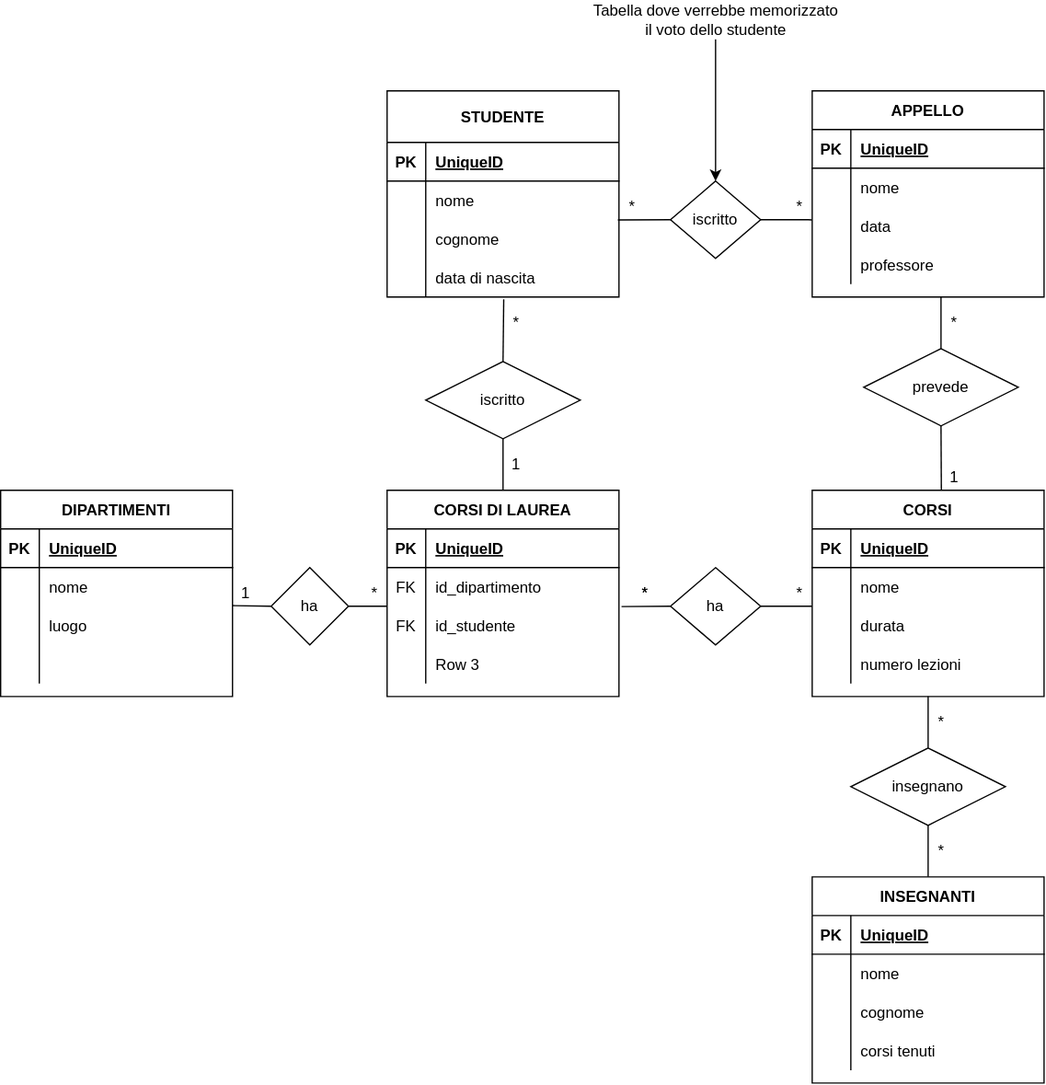
Earlier version of the draw.io export Db-University.svg (Jomm95/db-university). Source tidied: cells renumbered, new cells last; positions are measured from the earlier drawing's top-left corner, leaving out a move shared by most shapes.
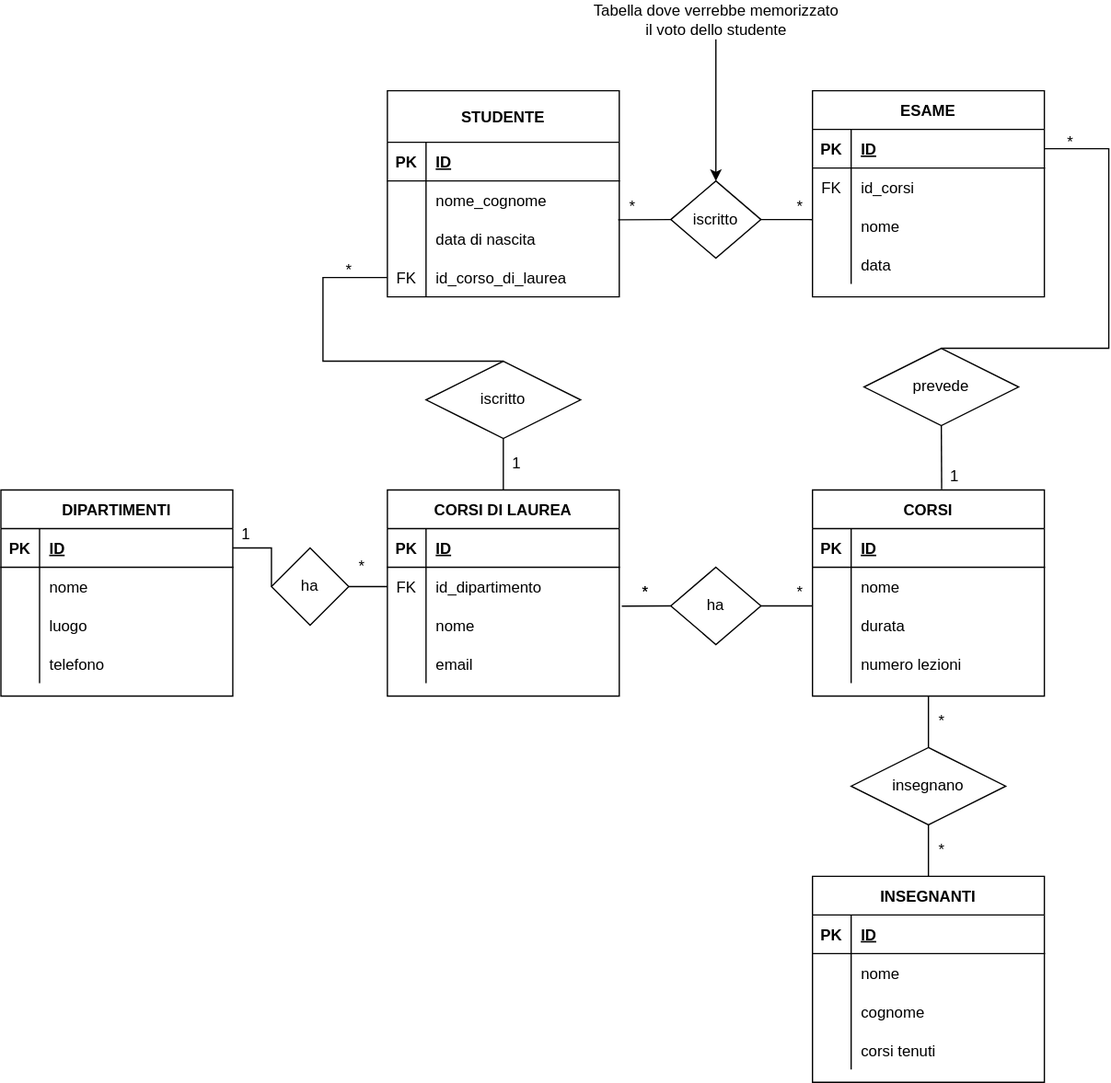
Above is the later version.

Commit message:
esercizi concluso

Change to the diagram source:
```diff
@@ -11,7 +11,7 @@
     <mxCell id="4" value="PK" style="shape=partialRectangle;fillColor=none;top=0;left=0;bottom=0;right=0;fontStyle=1;overflow=hidden;" parent="3" vertex="1">
       <mxGeometry width="30" height="30" as="geometry" />
     </mxCell>
-    <mxCell id="5" value="UniqueID" style="shape=partialRectangle;fillColor=none;top=0;left=0;bottom=0;right=0;align=left;spacingLeft=6;fontStyle=5;overflow=hidden;" parent="3" vertex="1">
+    <mxCell id="5" value="ID" style="shape=partialRectangle;fillColor=none;top=0;left=0;bottom=0;right=0;align=left;spacingLeft=6;fontStyle=5;overflow=hidden;" parent="3" vertex="1">
       <mxGeometry x="30" width="150" height="30" as="geometry" />
     </mxCell>
     <mxCell id="6" style="shape=tableRow;horizontal=0;startSize=0;swimlaneHead=0;swimlaneBody=0;fillColor=none;points=[[0,0.5],[1,0.5]];portConstraint=eastwest;top=0;left=0;right=0;bottom=0;" parent="2" vertex="1">
@@ -26,10 +26,10 @@
     <mxCell id="9" style="shape=tableRow;horizontal=0;startSize=0;swimlaneHead=0;swimlaneBody=0;fillColor=none;points=[[0,0.5],[1,0.5]];portConstraint=eastwest;top=0;left=0;right=0;bottom=0;" parent="2" vertex="1">
       <mxGeometry y="90" width="180" height="30" as="geometry" />
     </mxCell>
-    <mxCell id="10" value="FK" style="shape=partialRectangle;fillColor=none;top=0;left=0;bottom=0;right=0;overflow=hidden;" parent="9" vertex="1">
+    <mxCell id="10" style="shape=partialRectangle;fillColor=none;top=0;left=0;bottom=0;right=0;overflow=hidden;" parent="9" vertex="1">
       <mxGeometry width="30" height="30" as="geometry" />
     </mxCell>
-    <mxCell id="11" value="id_studente" style="shape=partialRectangle;fillColor=none;top=0;left=0;bottom=0;right=0;align=left;spacingLeft=6;overflow=hidden;" parent="9" vertex="1">
+    <mxCell id="11" value="nome" style="shape=partialRectangle;fillColor=none;top=0;left=0;bottom=0;right=0;align=left;spacingLeft=6;overflow=hidden;" parent="9" vertex="1">
       <mxGeometry x="30" width="150" height="30" as="geometry" />
     </mxCell>
     <mxCell id="12" style="shape=tableRow;horizontal=0;startSize=0;swimlaneHead=0;swimlaneBody=0;fillColor=none;top=0;left=0;right=0;bottom=0;" parent="2" vertex="1">
@@ -38,7 +38,7 @@
     <mxCell id="13" style="shape=partialRectangle;fillColor=none;top=0;left=0;bottom=0;right=0;overflow=hidden;" parent="12" vertex="1">
       <mxGeometry width="30" height="30" as="geometry" />
     </mxCell>
-    <mxCell id="14" value="Row 3" style="shape=partialRectangle;fillColor=none;top=0;left=0;bottom=0;right=0;align=left;spacingLeft=6;overflow=hidden;" parent="12" vertex="1">
+    <mxCell id="14" value="email" style="shape=partialRectangle;fillColor=none;top=0;left=0;bottom=0;right=0;align=left;spacingLeft=6;overflow=hidden;" parent="12" vertex="1">
       <mxGeometry x="30" width="150" height="30" as="geometry" />
     </mxCell>
     <mxCell id="15" value="DIPARTIMENTI" style="shape=table;startSize=30;rowLines=0;fontStyle=1;align=center;" parent="1" vertex="1">
@@ -50,7 +50,7 @@
     <mxCell id="17" value="PK" style="shape=partialRectangle;fillColor=none;top=0;left=0;bottom=0;right=0;fontStyle=1;overflow=hidden;" parent="16" vertex="1">
       <mxGeometry width="30" height="30" as="geometry" />
     </mxCell>
-    <mxCell id="18" value="UniqueID" style="shape=partialRectangle;fillColor=none;top=0;left=0;bottom=0;right=0;align=left;spacingLeft=6;fontStyle=5;overflow=hidden;" parent="16" vertex="1">
+    <mxCell id="18" value="ID" style="shape=partialRectangle;fillColor=none;top=0;left=0;bottom=0;right=0;align=left;spacingLeft=6;fontStyle=5;overflow=hidden;" parent="16" vertex="1">
       <mxGeometry x="30" width="150" height="30" as="geometry" />
     </mxCell>
     <mxCell id="19" style="shape=tableRow;horizontal=0;startSize=0;swimlaneHead=0;swimlaneBody=0;fillColor=none;top=0;left=0;right=0;bottom=0;" parent="15" vertex="1">
@@ -77,7 +77,7 @@
     <mxCell id="26" style="shape=partialRectangle;fillColor=none;top=0;left=0;bottom=0;right=0;overflow=hidden;" parent="25" vertex="1">
       <mxGeometry width="30" height="30" as="geometry" />
     </mxCell>
-    <mxCell id="27" style="shape=partialRectangle;fillColor=none;top=0;left=0;bottom=0;right=0;align=left;spacingLeft=6;overflow=hidden;" parent="25" vertex="1">
+    <mxCell id="27" value="telefono" style="shape=partialRectangle;fillColor=none;top=0;left=0;bottom=0;right=0;align=left;spacingLeft=6;overflow=hidden;" parent="25" vertex="1">
       <mxGeometry x="30" width="150" height="30" as="geometry" />
     </mxCell>
     <mxCell id="28" value="CORSI" style="shape=table;startSize=30;rowLines=0;fontStyle=1;align=center;" parent="1" vertex="1">
@@ -89,7 +89,7 @@
     <mxCell id="30" value="PK" style="shape=partialRectangle;fillColor=none;top=0;left=0;bottom=0;right=0;fontStyle=1;overflow=hidden;" parent="29" vertex="1">
       <mxGeometry width="30" height="30" as="geometry" />
     </mxCell>
-    <mxCell id="31" value="UniqueID" style="shape=partialRectangle;fillColor=none;top=0;left=0;bottom=0;right=0;align=left;spacingLeft=6;fontStyle=5;overflow=hidden;" parent="29" vertex="1">
+    <mxCell id="31" value="ID" style="shape=partialRectangle;fillColor=none;top=0;left=0;bottom=0;right=0;align=left;spacingLeft=6;fontStyle=5;overflow=hidden;" parent="29" vertex="1">
       <mxGeometry x="30" width="150" height="30" as="geometry" />
     </mxCell>
     <mxCell id="32" style="shape=tableRow;horizontal=0;startSize=0;swimlaneHead=0;swimlaneBody=0;fillColor=none;top=0;left=0;right=0;bottom=0;" parent="28" vertex="1">
@@ -128,7 +128,7 @@
     <mxCell id="43" value="PK" style="shape=partialRectangle;fillColor=none;top=0;left=0;bottom=0;right=0;fontStyle=1;overflow=hidden;" parent="42" vertex="1">
       <mxGeometry width="30" height="30" as="geometry" />
     </mxCell>
-    <mxCell id="44" value="UniqueID" style="shape=partialRectangle;fillColor=none;top=0;left=0;bottom=0;right=0;align=left;spacingLeft=6;fontStyle=5;overflow=hidden;" parent="42" vertex="1">
+    <mxCell id="44" value="ID" style="shape=partialRectangle;fillColor=none;top=0;left=0;bottom=0;right=0;align=left;spacingLeft=6;fontStyle=5;overflow=hidden;" parent="42" vertex="1">
       <mxGeometry x="30" width="150" height="30" as="geometry" />
     </mxCell>
     <mxCell id="45" style="shape=tableRow;horizontal=0;startSize=0;swimlaneHead=0;swimlaneBody=0;fillColor=none;top=0;left=0;right=0;bottom=0;" parent="41" vertex="1">
@@ -167,7 +167,7 @@
     <mxCell id="56" value="PK" style="shape=partialRectangle;fillColor=none;top=0;left=0;bottom=0;right=0;fontStyle=1;overflow=hidden;" parent="55" vertex="1">
       <mxGeometry width="30" height="30" as="geometry" />
     </mxCell>
-    <mxCell id="57" value="UniqueID" style="shape=partialRectangle;fillColor=none;top=0;left=0;bottom=0;right=0;align=left;spacingLeft=6;fontStyle=5;overflow=hidden;" parent="55" vertex="1">
+    <mxCell id="57" value="ID" style="shape=partialRectangle;fillColor=none;top=0;left=0;bottom=0;right=0;align=left;spacingLeft=6;fontStyle=5;overflow=hidden;" parent="55" vertex="1">
       <mxGeometry x="30" width="150" height="30" as="geometry" />
     </mxCell>
     <mxCell id="58" style="shape=tableRow;horizontal=0;startSize=0;swimlaneHead=0;swimlaneBody=0;fillColor=none;top=0;left=0;right=0;bottom=0;" parent="54" vertex="1">
@@ -176,7 +176,7 @@
     <mxCell id="59" style="shape=partialRectangle;fillColor=none;top=0;left=0;bottom=0;right=0;overflow=hidden;" parent="58" vertex="1">
       <mxGeometry width="30" height="30" as="geometry" />
     </mxCell>
-    <mxCell id="60" value="nome" style="shape=partialRectangle;fillColor=none;top=0;left=0;bottom=0;right=0;align=left;spacingLeft=6;overflow=hidden;" parent="58" vertex="1">
+    <mxCell id="60" value="nome_cognome" style="shape=partialRectangle;fillColor=none;top=0;left=0;bottom=0;right=0;align=left;spacingLeft=6;overflow=hidden;" parent="58" vertex="1">
       <mxGeometry x="30" width="150" height="30" as="geometry" />
     </mxCell>
     <mxCell id="61" style="shape=tableRow;horizontal=0;startSize=0;swimlaneHead=0;swimlaneBody=0;fillColor=none;points=[[0,0.5],[1,0.5]];portConstraint=eastwest;top=0;left=0;right=0;bottom=0;" parent="54" vertex="1">
@@ -185,19 +185,19 @@
     <mxCell id="62" style="shape=partialRectangle;fillColor=none;top=0;left=0;bottom=0;right=0;overflow=hidden;" parent="61" vertex="1">
       <mxGeometry width="30" height="30" as="geometry" />
     </mxCell>
-    <mxCell id="63" value="cognome" style="shape=partialRectangle;fillColor=none;top=0;left=0;bottom=0;right=0;align=left;spacingLeft=6;overflow=hidden;" parent="61" vertex="1">
+    <mxCell id="63" value="data di nascita" style="shape=partialRectangle;fillColor=none;top=0;left=0;bottom=0;right=0;align=left;spacingLeft=6;overflow=hidden;" parent="61" vertex="1">
       <mxGeometry x="30" width="150" height="30" as="geometry" />
     </mxCell>
     <mxCell id="64" style="shape=tableRow;horizontal=0;startSize=0;swimlaneHead=0;swimlaneBody=0;fillColor=none;points=[[0,0.5],[1,0.5]];portConstraint=eastwest;top=0;left=0;right=0;bottom=0;" parent="54" vertex="1">
       <mxGeometry y="130" width="180" height="30" as="geometry" />
     </mxCell>
-    <mxCell id="65" style="shape=partialRectangle;fillColor=none;top=0;left=0;bottom=0;right=0;overflow=hidden;" parent="64" vertex="1">
+    <mxCell id="65" value="FK" style="shape=partialRectangle;fillColor=none;top=0;left=0;bottom=0;right=0;overflow=hidden;" parent="64" vertex="1">
       <mxGeometry width="30" height="30" as="geometry" />
     </mxCell>
-    <mxCell id="66" value="data di nascita" style="shape=partialRectangle;fillColor=none;top=0;left=0;bottom=0;right=0;align=left;spacingLeft=6;overflow=hidden;" parent="64" vertex="1">
+    <mxCell id="66" value="id_corso_di_laurea" style="shape=partialRectangle;fillColor=none;top=0;left=0;bottom=0;right=0;align=left;spacingLeft=6;overflow=hidden;" parent="64" vertex="1">
       <mxGeometry x="30" width="150" height="30" as="geometry" />
     </mxCell>
-    <mxCell id="67" value="APPELLO" style="shape=table;startSize=30;rowLines=0;fontStyle=1;align=center;" parent="1" vertex="1">
+    <mxCell id="67" value="ESAME" style="shape=table;startSize=30;rowLines=0;fontStyle=1;align=center;" parent="1" vertex="1">
       <mxGeometry x="630" y="70" width="180" height="160" as="geometry" />
     </mxCell>
     <mxCell id="68" style="shape=tableRow;horizontal=0;startSize=0;swimlaneHead=0;swimlaneBody=0;fillColor=none;points=[[0,0.5],[1,0.5]];portConstraint=eastwest;top=0;left=0;right=0;bottom=1;" parent="67" vertex="1">
@@ -206,16 +206,16 @@
     <mxCell id="69" value="PK" style="shape=partialRectangle;fillColor=none;top=0;left=0;bottom=0;right=0;fontStyle=1;overflow=hidden;" parent="68" vertex="1">
       <mxGeometry width="30" height="30" as="geometry" />
     </mxCell>
-    <mxCell id="70" value="UniqueID" style="shape=partialRectangle;fillColor=none;top=0;left=0;bottom=0;right=0;align=left;spacingLeft=6;fontStyle=5;overflow=hidden;" parent="68" vertex="1">
+    <mxCell id="70" value="ID" style="shape=partialRectangle;fillColor=none;top=0;left=0;bottom=0;right=0;align=left;spacingLeft=6;fontStyle=5;overflow=hidden;" parent="68" vertex="1">
       <mxGeometry x="30" width="150" height="30" as="geometry" />
     </mxCell>
     <mxCell id="71" style="shape=tableRow;horizontal=0;startSize=0;swimlaneHead=0;swimlaneBody=0;fillColor=none;top=0;left=0;right=0;bottom=0;" parent="67" vertex="1">
       <mxGeometry y="60" width="180" height="30" as="geometry" />
     </mxCell>
-    <mxCell id="72" style="shape=partialRectangle;fillColor=none;top=0;left=0;bottom=0;right=0;overflow=hidden;" parent="71" vertex="1">
+    <mxCell id="72" value="FK" style="shape=partialRectangle;fillColor=none;top=0;left=0;bottom=0;right=0;overflow=hidden;" parent="71" vertex="1">
       <mxGeometry width="30" height="30" as="geometry" />
     </mxCell>
-    <mxCell id="73" value="nome" style="shape=partialRectangle;fillColor=none;top=0;left=0;bottom=0;right=0;align=left;spacingLeft=6;overflow=hidden;" parent="71" vertex="1">
+    <mxCell id="73" value="id_corsi" style="shape=partialRectangle;fillColor=none;top=0;left=0;bottom=0;right=0;align=left;spacingLeft=6;overflow=hidden;" parent="71" vertex="1">
       <mxGeometry x="30" width="150" height="30" as="geometry" />
     </mxCell>
     <mxCell id="74" style="shape=tableRow;horizontal=0;startSize=0;swimlaneHead=0;swimlaneBody=0;fillColor=none;points=[[0,0.5],[1,0.5]];portConstraint=eastwest;top=0;left=0;right=0;bottom=0;" parent="67" vertex="1">
@@ -224,7 +224,7 @@
     <mxCell id="75" style="shape=partialRectangle;fillColor=none;top=0;left=0;bottom=0;right=0;overflow=hidden;" parent="74" vertex="1">
       <mxGeometry width="30" height="30" as="geometry" />
     </mxCell>
-    <mxCell id="76" value="data" style="shape=partialRectangle;fillColor=none;top=0;left=0;bottom=0;right=0;align=left;spacingLeft=6;overflow=hidden;" parent="74" vertex="1">
+    <mxCell id="76" value="nome" style="shape=partialRectangle;fillColor=none;top=0;left=0;bottom=0;right=0;align=left;spacingLeft=6;overflow=hidden;" parent="74" vertex="1">
       <mxGeometry x="30" width="150" height="30" as="geometry" />
     </mxCell>
     <mxCell id="77" style="shape=tableRow;horizontal=0;startSize=0;swimlaneHead=0;swimlaneBody=0;fillColor=none;top=0;left=0;right=0;bottom=0;" parent="67" vertex="1">
@@ -233,14 +233,19 @@
     <mxCell id="78" style="shape=partialRectangle;fillColor=none;top=0;left=0;bottom=0;right=0;overflow=hidden;" parent="77" vertex="1">
       <mxGeometry width="30" height="30" as="geometry" />
     </mxCell>
-    <mxCell id="79" value="professore" style="shape=partialRectangle;fillColor=none;top=0;left=0;bottom=0;right=0;align=left;spacingLeft=6;overflow=hidden;" parent="77" vertex="1">
+    <mxCell id="79" value="data" style="shape=partialRectangle;fillColor=none;top=0;left=0;bottom=0;right=0;align=left;spacingLeft=6;overflow=hidden;" parent="77" vertex="1">
       <mxGeometry x="30" width="150" height="30" as="geometry" />
     </mxCell>
     <mxCell id="80" value="iscritto" style="shape=rhombus;perimeter=rhombusPerimeter;whiteSpace=wrap;html=1;align=center;" parent="1" vertex="1">
       <mxGeometry x="330" y="280" width="120" height="60" as="geometry" />
     </mxCell>
-    <mxCell id="81" style="endArrow=none;html=1;rounded=0;exitX=0.5;exitY=0;exitDx=0;exitDy=0;entryX=0.503;entryY=1.059;entryDx=0;entryDy=0;entryPerimeter=0;" parent="1" edge="1" source="80" target="64">
-      <mxGeometry relative="1" as="geometry" />
+    <mxCell id="81" style="endArrow=none;html=1;rounded=0;exitX=0.5;exitY=0;exitDx=0;exitDy=0;entryX=0;entryY=0.5;entryDx=0;entryDy=0;" parent="1" edge="1" source="80" target="64">
+      <mxGeometry relative="1" as="geometry">
+        <Array as="points">
+          <mxPoint x="250" y="280" />
+          <mxPoint x="250" y="215" />
+        </Array>
+      </mxGeometry>
     </mxCell>
     <mxCell id="82" style="endArrow=none;html=1;rounded=0;exitX=0.5;exitY=0;exitDx=0;exitDy=0;entryX=0.5;entryY=1;entryDx=0;entryDy=0;" parent="1" edge="1" source="2" target="80">
       <mxGeometry relative="1" as="geometry" />
@@ -249,15 +254,19 @@
       <mxGeometry x="390" y="350" width="20" height="20" as="geometry" />
     </mxCell>
     <mxCell id="84" value="*" style="text;html=1;align=center;verticalAlign=middle;strokeColor=none;fillColor=none;" parent="1" vertex="1">
-      <mxGeometry x="390" y="240" width="20" height="20" as="geometry" />
+      <mxGeometry x="260" y="200" width="20" height="20" as="geometry" />
     </mxCell>
     <mxCell id="85" value="ha" style="shape=rhombus;perimeter=rhombusPerimeter;whiteSpace=wrap;html=1;align=center;" parent="1" vertex="1">
-      <mxGeometry x="210" y="440" width="60" height="60" as="geometry" />
+      <mxGeometry x="210" y="425" width="60" height="60" as="geometry" />
     </mxCell>
-    <mxCell id="86" style="endArrow=none;html=1;rounded=0;exitX=0;exitY=0.5;exitDx=0;exitDy=0;entryX=0.998;entryY=-0.018;entryDx=0;entryDy=0;entryPerimeter=0;" parent="1" edge="1" source="85" target="22">
-      <mxGeometry relative="1" as="geometry" />
+    <mxCell id="86" style="endArrow=none;html=1;rounded=0;exitX=0;exitY=0.5;exitDx=0;exitDy=0;entryX=1;entryY=0.5;entryDx=0;entryDy=0;" parent="1" edge="1" source="85" target="16">
+      <mxGeometry relative="1" as="geometry">
+        <Array as="points">
+          <mxPoint x="210" y="425" />
+        </Array>
+      </mxGeometry>
     </mxCell>
-    <mxCell id="87" style="endArrow=none;html=1;rounded=0;exitX=1;exitY=0.5;exitDx=0;exitDy=0;entryX=0;entryY=0;entryDx=0;entryDy=0;entryPerimeter=0;" parent="1" edge="1" source="85" target="9">
+    <mxCell id="87" style="endArrow=none;html=1;rounded=0;exitX=1;exitY=0.5;exitDx=0;exitDy=0;entryX=0;entryY=0.5;entryDx=0;entryDy=0;" parent="1" edge="1" source="85" target="6">
       <mxGeometry relative="1" as="geometry" />
     </mxCell>
     <mxCell id="88" value="ha" style="shape=rhombus;perimeter=rhombusPerimeter;whiteSpace=wrap;html=1;align=center;" parent="1" vertex="1">
@@ -270,10 +279,10 @@
       <mxGeometry relative="1" as="geometry" />
     </mxCell>
     <mxCell id="91" value="1" style="text;html=1;align=center;verticalAlign=middle;strokeColor=none;fillColor=none;" parent="1" vertex="1">
-      <mxGeometry x="180" y="450" width="20" height="20" as="geometry" />
+      <mxGeometry x="180" y="405" width="20" height="20" as="geometry" />
     </mxCell>
     <mxCell id="92" value="*" style="text;html=1;align=center;verticalAlign=middle;strokeColor=none;fillColor=none;" parent="1" vertex="1">
-      <mxGeometry x="280" y="450" width="20" height="20" as="geometry" />
+      <mxGeometry x="270" y="430" width="20" height="20" as="geometry" />
     </mxCell>
     <mxCell id="93" value="*" style="text;html=1;align=center;verticalAlign=middle;strokeColor=none;fillColor=none;" parent="1" vertex="1">
       <mxGeometry x="490" y="450" width="20" height="20" as="geometry" />
@@ -321,16 +330,19 @@
     <mxCell id="106" value="prevede" style="shape=rhombus;perimeter=rhombusPerimeter;whiteSpace=wrap;html=1;align=center;" parent="1" vertex="1">
       <mxGeometry x="670" y="270" width="120" height="60" as="geometry" />
     </mxCell>
-    <mxCell id="107" style="endArrow=none;html=1;rounded=0;exitX=0.5;exitY=0;exitDx=0;exitDy=0;" parent="1" edge="1" source="106">
+    <mxCell id="107" style="endArrow=none;html=1;rounded=0;exitX=0.5;exitY=0;exitDx=0;exitDy=0;entryX=1;entryY=0.5;entryDx=0;entryDy=0;" parent="1" edge="1" source="106" target="68">
       <mxGeometry relative="1" as="geometry">
-        <mxPoint x="730" y="230" as="targetPoint" />
+        <Array as="points">
+          <mxPoint x="860" y="270" />
+          <mxPoint x="860" y="115" />
+        </Array>
       </mxGeometry>
     </mxCell>
     <mxCell id="108" style="endArrow=none;html=1;rounded=0;entryX=0.5;entryY=1;entryDx=0;entryDy=0;exitX=0.557;exitY=-0.003;exitDx=0;exitDy=0;exitPerimeter=0;" parent="1" edge="1" source="28" target="106">
       <mxGeometry relative="1" as="geometry" />
     </mxCell>
     <mxCell id="109" value="*" style="text;html=1;align=center;verticalAlign=middle;strokeColor=none;fillColor=none;" parent="1" vertex="1">
-      <mxGeometry x="730" y="240" width="20" height="20" as="geometry" />
+      <mxGeometry x="820" y="100" width="20" height="20" as="geometry" />
     </mxCell>
     <mxCell id="110" value="1" style="text;html=1;align=center;verticalAlign=middle;strokeColor=none;fillColor=none;" parent="1" vertex="1">
       <mxGeometry x="730" y="360" width="20" height="20" as="geometry" />
```
